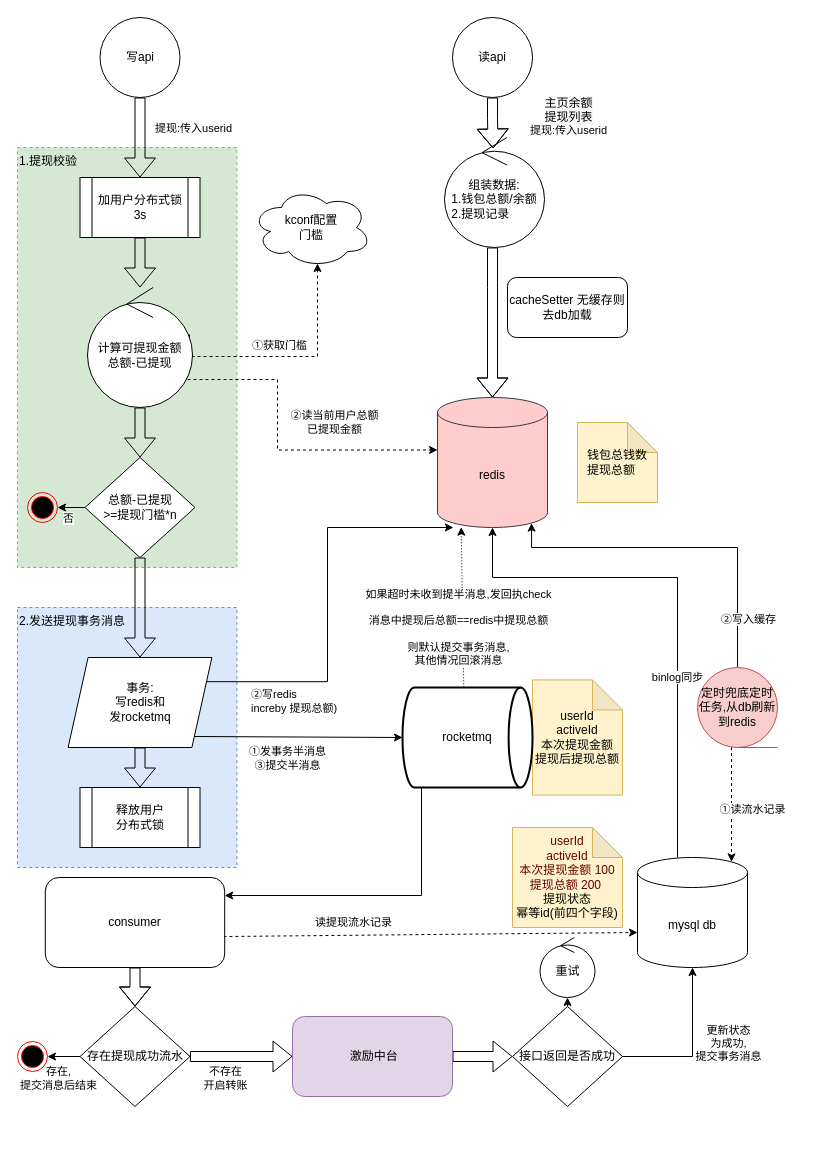
This is 未命名绘图.drawio from jfeign/draw.io, a draw.io file, before an edit. Source tidied: cells renumbered, new cells numbered last; positions are measured from the earlier drawing's top-left corner, leaving out a move shared by most shapes. Both pictures are drawn from the tidied source at 100%, with x=0, y=0 at pixel (17, 17).
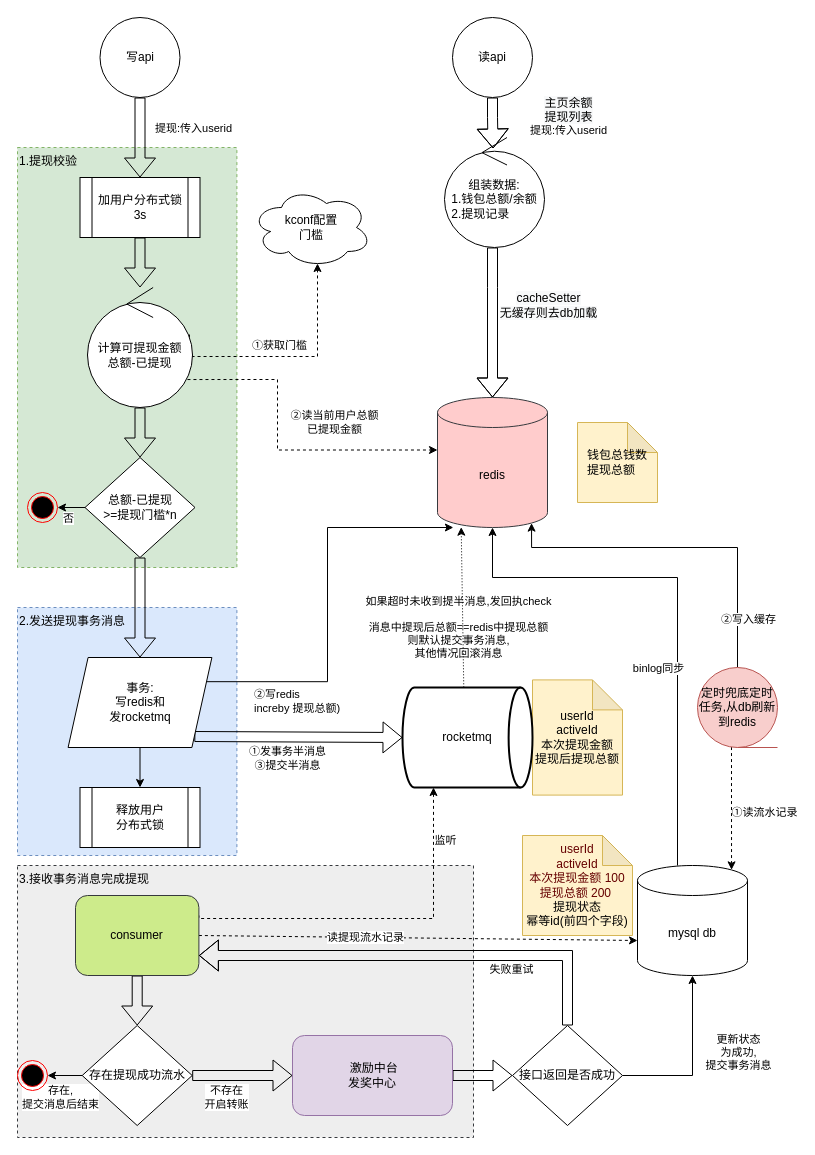
Above is the later version.

Unchanged cells that the change refers to:
```xml
<mxCell id="23" style="edgeStyle=orthogonalEdgeStyle;rounded=0;jettySize=auto;html=1;entryX=0.145;entryY=1;entryDx=0;entryDy=-4.35;entryPerimeter=0;exitX=1;exitY=0.25;exitDx=0;exitDy=0;" parent="1" edge="1" source="28">
  <mxGeometry relative="1" as="geometry">
    <mxPoint x="435.9" y="510" as="targetPoint" />
    <Array as="points">
      <mxPoint x="310" y="664" />
      <mxPoint x="310" y="510" />
    </Array>
  </mxGeometry>
</mxCell>
<mxCell id="28" value="事务:&lt;br&gt;写redis和&lt;br&gt;发rocketmq" style="shape=parallelogram;perimeter=parallelogramPerimeter;whiteSpace=wrap;html=1;fixedSize=1;" parent="1" vertex="1">
  <mxGeometry x="50.6" y="640" width="143.8" height="90" as="geometry" />
</mxCell>
<mxCell id="30" style="rounded=0;orthogonalLoop=1;jettySize=auto;html=1;exitX=0.5;exitY=0;exitDx=0;exitDy=0;exitPerimeter=0;dashed=1;dashPattern=1 2;entryX=0.243;entryY=0.998;entryDx=0;entryDy=0;entryPerimeter=0;" parent="1" edge="1">
  <mxGeometry relative="1" as="geometry">
    <mxPoint x="447" y="714.8" as="sourcePoint" />
    <mxPoint x="443.7" y="509.7" as="targetPoint" />
  </mxGeometry>
</mxCell>
<mxCell id="33" value="rocketmq" style="strokeWidth=2;html=1;shape=mxgraph.flowchart.direct_data;whiteSpace=wrap;" parent="1" vertex="1">
  <mxGeometry x="385" y="670" width="130" height="100" as="geometry" />
</mxCell>
<mxCell id="37" style="edgeStyle=orthogonalEdgeStyle;rounded=0;jettySize=auto;html=1;entryX=0.5;entryY=1;entryDx=0;entryDy=0;entryPerimeter=0;" parent="1" edge="1" source="39" target="9">
  <mxGeometry relative="1" as="geometry">
    <Array as="points">
      <mxPoint x="660" y="560" />
      <mxPoint x="475" y="560" />
    </Array>
  </mxGeometry>
</mxCell>
<mxCell id="40" value="释放用户&lt;br&gt;分布式锁" style="shape=process;whiteSpace=wrap;html=1;backgroundOutline=1;" parent="1" vertex="1">
  <mxGeometry x="62.5" y="770" width="120" height="60" as="geometry" />
</mxCell>
<mxCell id="51" style="edgeStyle=orthogonalEdgeStyle;rounded=0;jettySize=auto;html=1;dashed=1;entryX=0.855;entryY=0;entryDx=0;entryDy=4.35;entryPerimeter=0;" parent="1" edge="1" source="55" target="39">
  <mxGeometry relative="1" as="geometry">
    <Array as="points">
      <mxPoint x="714" y="770" />
      <mxPoint x="714" y="770" />
    </Array>
  </mxGeometry>
</mxCell>
<mxCell id="56" style="edgeStyle=orthogonalEdgeStyle;shape=flexArrow;rounded=0;jettySize=auto;html=1;entryX=0.5;entryY=0;entryDx=0;entryDy=0;entryPerimeter=0;" parent="1" edge="1" source="57" target="9">
  <mxGeometry relative="1" as="geometry">
    <Array as="points">
      <mxPoint x="475" y="270" />
      <mxPoint x="475" y="270" />
    </Array>
  </mxGeometry>
</mxCell>
<mxCell id="61" style="edgeStyle=orthogonalEdgeStyle;rounded=0;jettySize=auto;html=1;exitX=1;exitY=0.5;exitDx=0;exitDy=0;entryX=0.5;entryY=1;entryDx=0;entryDy=0;entryPerimeter=0;" parent="1" edge="1" source="64" target="39">
  <mxGeometry relative="1" as="geometry" />
</mxCell>
```

What changed in the source:
```diff
@@
+    <mxCell id="67" value="3.接收事务消息完成提现" style="rounded=0;whiteSpace=wrap;html=1;dashed=1;strokeColor=#36393d;align=left;verticalAlign=top;fillColor=#eeeeee;" parent="1" vertex="1">
+      <mxGeometry y="848" width="456" height="272" as="geometry" />
+    </mxCell>
     <mxCell id="2" value="2.发送提现事务消息" style="rounded=0;whiteSpace=wrap;html=1;dashed=1;strokeColor=#6c8ebf;align=left;verticalAlign=top;fillColor=#dae8fc;" parent="1" vertex="1">
-      <mxGeometry y="590" width="219.4" height="260" as="geometry" />
+      <mxGeometry y="590" width="219.4" height="248" as="geometry" />
     </mxCell>
@@
     <mxCell id="24" value="②写redis&lt;br&gt;increby 提现总额)" style="edgeLabel;html=1;align=left;verticalAlign=middle;" parent="23" vertex="1">
       <mxGeometry x="0.42" y="2" relative="1" as="geometry">
-        <mxPoint x="-88" y="175" as="offset" />
+        <mxPoint x="-85" y="175" as="offset" />
       </mxGeometry>
     </mxCell>
-    <mxCell id="25" style="rounded=0;jettySize=auto;html=1;exitX=1;exitY=1;exitDx=0;exitDy=0;entryX=0;entryY=0.5;entryDx=0;entryDy=0;entryPerimeter=0;" parent="1" edge="1" source="28" target="33">
+    <mxCell id="25" style="rounded=0;jettySize=auto;html=1;exitX=1;exitY=1;exitDx=0;exitDy=0;entryX=0;entryY=0.5;entryDx=0;entryDy=0;entryPerimeter=0;shape=flexArrow;" parent="1" edge="1" source="28" target="33">
       <mxGeometry relative="1" as="geometry" />
     </mxCell>
@@
-    <mxCell id="27" style="edgeStyle=orthogonalEdgeStyle;shape=flexArrow;rounded=0;jettySize=auto;html=1;" parent="1" edge="1" source="28" target="40">
+    <mxCell id="27" style="edgeStyle=orthogonalEdgeStyle;rounded=0;jettySize=auto;html=1;" parent="1" edge="1" source="28" target="40">
       <mxGeometry relative="1" as="geometry" />
     </mxCell>
@@
-    <mxCell id="31" value="如果超时未收到提半消息,发回执check&lt;br&gt;&lt;br&gt;消息中提现后总额==redis中提现总额&lt;br&gt;&lt;br&gt;则默认提交事务消息,&lt;br&gt;其他情况回滚消息" style="edgeLabel;html=1;align=center;verticalAlign=middle;" parent="30" vertex="1">
+    <mxCell id="31" value="如果超时未收到提半消息,发回执check&lt;br&gt;&lt;br&gt;消息中提现后总额==redis中提现总额&lt;br&gt;则默认提交事务消息,&lt;br&gt;其他情况回滚消息" style="edgeLabel;html=1;align=center;verticalAlign=middle;labelBackgroundColor=none;" parent="30" vertex="1">
       <mxGeometry x="0.09" y="-3" relative="1" as="geometry">
         <mxPoint x="-8" y="7" as="offset" />
       </mxGeometry>
     </mxCell>
-    <mxCell id="32" style="edgeStyle=orthogonalEdgeStyle;rounded=0;jettySize=auto;html=1;" parent="1" edge="1" source="33" target="43">
+    <mxCell id="32" style="rounded=0;jettySize=auto;html=1;entryX=1;entryY=0.25;entryDx=0;entryDy=0;edgeStyle=orthogonalEdgeStyle;startArrow=classic;startFill=1;endArrow=none;endFill=0;dashed=1;" parent="1" edge="1" source="33" target="43">
       <mxGeometry relative="1" as="geometry">
         <Array as="points">
-          <mxPoint x="404" y="878" />
+          <mxPoint x="416" y="901" />
         </Array>
       </mxGeometry>
     </mxCell>
+    <mxCell id="68" value="监听" style="edgeLabel;html=1;align=center;verticalAlign=middle;" parent="32" vertex="1">
+      <mxGeometry x="-0.7" y="4" relative="1" as="geometry">
+        <mxPoint x="7" y="-3" as="offset" />
+      </mxGeometry>
+    </mxCell>
@@
     <mxCell id="38" value="binlog同步" style="edgeLabel;html=1;align=center;verticalAlign=middle;" parent="37" vertex="1">
       <mxGeometry x="-0.25" y="1" relative="1" as="geometry">
-        <mxPoint y="12" as="offset" />
+        <mxPoint x="-19" y="-2" as="offset" />
       </mxGeometry>
     </mxCell>
     <mxCell id="39" value="mysql db" style="shape=cylinder3;whiteSpace=wrap;html=1;boundedLbl=1;backgroundOutline=1;size=15;" parent="1" vertex="1">
-      <mxGeometry x="620" y="840" width="110" height="110" as="geometry" />
+      <mxGeometry x="620" y="848" width="110" height="110" as="geometry" />
     </mxCell>
@@
-    <mxCell id="41" value="读提现流水记录" style="rounded=0;jettySize=auto;html=1;entryX=0;entryY=0;entryDx=0;entryDy=75;entryPerimeter=0;dashed=1;exitX=0.993;exitY=0.656;exitDx=0;exitDy=0;exitPerimeter=0;" parent="1" edge="1" source="43" target="39">
-      <mxGeometry x="-0.37" y="13" relative="1" as="geometry" />
+    <mxCell id="41" value="读提现流水记录" style="rounded=0;jettySize=auto;html=1;entryX=0;entryY=0;entryDx=0;entryDy=75;entryPerimeter=0;dashed=1;exitX=1;exitY=0.5;exitDx=0;exitDy=0;" parent="1" edge="1" source="43" target="39">
+      <mxGeometry x="-0.24" relative="1" as="geometry" />
     </mxCell>
@@
-    <mxCell id="43" value="consumer" style="rounded=1;whiteSpace=wrap;html=1;align=center;verticalAlign=middle;" parent="1" vertex="1">
-      <mxGeometry x="27.8" y="860" width="179.4" height="90" as="geometry" />
+    <mxCell id="43" value="consumer" style="rounded=1;whiteSpace=wrap;html=1;align=center;verticalAlign=middle;fillColor=#cdeb8b;strokeColor=#36393d;" parent="1" vertex="1">
+      <mxGeometry x="58" y="878" width="123.4" height="80" as="geometry" />
     </mxCell>
     <mxCell id="44" value="&lt;font color=&quot;#660000&quot;&gt;userId&lt;br&gt;activeId&lt;br&gt;本次提现金额 100&lt;br&gt;提现总额 200&amp;nbsp;&lt;/font&gt;&lt;br&gt;提现状态&lt;br&gt;幂等id(前四个字段)" style="shape=note;whiteSpace=wrap;html=1;backgroundOutline=1;darkOpacity=0.05;fillColor=#fff2cc;strokeColor=#d6b656;" parent="1" vertex="1">
-      <mxGeometry x="495" y="810" width="110" height="100" as="geometry" />
+      <mxGeometry x="505" y="818" width="110" height="100" as="geometry" />
     </mxCell>
@@
     <mxCell id="49" value="存在提现成功流水" style="rhombus;whiteSpace=wrap;html=1;" parent="1" vertex="1">
-      <mxGeometry x="62.5" y="989" width="110" height="100" as="geometry" />
+      <mxGeometry x="64.7" y="1008" width="110" height="100" as="geometry" />
     </mxCell>
     <mxCell id="50" style="ellipse;html=1;shape=endState;fillColor=#000000;strokeColor=#ff0000;" parent="1" vertex="1">
-      <mxGeometry y="1024" width="30" height="30" as="geometry" />
+      <mxGeometry y="1043" width="30" height="30" as="geometry" />
     </mxCell>
@@
     <mxCell id="52" value="①读流水记录" style="edgeLabel;html=1;align=center;verticalAlign=middle;" parent="51" vertex="1">
       <mxGeometry x="-0.2" y="1" relative="1" as="geometry">
-        <mxPoint x="19" y="16" as="offset" />
+        <mxPoint x="31" y="16" as="offset" />
       </mxGeometry>
     </mxCell>
@@
+    <mxCell id="60" value="&lt;span style=&quot;font-size: 12px; background-color: rgb(248, 249, 250);&quot;&gt;cacheSetter &lt;br&gt;无缓存则去db加载&lt;/span&gt;" style="edgeLabel;html=1;align=center;verticalAlign=middle;" parent="56" vertex="1">
+      <mxGeometry x="-0.35" y="5" relative="1" as="geometry">
+        <mxPoint x="50" y="9" as="offset" />
+      </mxGeometry>
+    </mxCell>
@@
-    <mxCell id="59" value="&amp;nbsp;激励中台" style="rounded=1;whiteSpace=wrap;html=1;align=center;fillColor=#e1d5e7;strokeColor=#9673a6;" parent="1" vertex="1">
-      <mxGeometry x="275" y="999" width="160" height="80" as="geometry" />
+    <mxCell id="59" value="&amp;nbsp;激励中台&lt;br&gt;发奖中心" style="rounded=1;whiteSpace=wrap;html=1;align=center;fillColor=#e1d5e7;strokeColor=#9673a6;" parent="1" vertex="1">
+      <mxGeometry x="275" y="1018" width="160" height="80" as="geometry" />
     </mxCell>
-    <mxCell id="60" value="cacheSetter 无缓存则去db加载" style="rounded=1;whiteSpace=wrap;html=1;align=center;verticalAlign=middle;" parent="1" vertex="1">
-      <mxGeometry x="490" y="260" width="120" height="60" as="geometry" />
-    </mxCell>
@@
     <mxCell id="62" value="更新状态&lt;br&gt;为成功,&lt;br&gt;提交事务消息" style="edgeLabel;html=1;align=center;verticalAlign=middle;" parent="61" vertex="1">
       <mxGeometry x="0.03" y="3" relative="1" as="geometry">
-        <mxPoint x="38" y="-2" as="offset" />
+        <mxPoint x="48" y="-6" as="offset" />
       </mxGeometry>
     </mxCell>
-    <mxCell id="63" style="rounded=0;jettySize=auto;html=1;exitX=0.5;exitY=0;exitDx=0;exitDy=0;" parent="1" edge="1" source="64">
-      <mxGeometry relative="1" as="geometry">
-        <mxPoint x="550" y="980" as="targetPoint" />
-      </mxGeometry>
+    <mxCell id="63" style="rounded=0;jettySize=auto;html=1;exitX=0.5;exitY=0;exitDx=0;exitDy=0;entryX=1;entryY=0.75;entryDx=0;entryDy=0;edgeStyle=orthogonalEdgeStyle;shape=flexArrow;" parent="1" edge="1" source="64" target="43">
+      <mxGeometry relative="1" as="geometry" />
     </mxCell>
+    <mxCell id="69" value="失败重试" style="edgeLabel;html=1;align=center;verticalAlign=middle;" parent="63" vertex="1">
+      <mxGeometry x="-0.43" y="3" relative="1" as="geometry">
+        <mxPoint x="-2" y="10" as="offset" />
+      </mxGeometry>
+    </mxCell>
     <mxCell id="64" value="接口返回是否成功" style="rhombus;whiteSpace=wrap;html=1;" parent="1" vertex="1">
-      <mxGeometry x="495" y="989" width="110" height="100" as="geometry" />
+      <mxGeometry x="495" y="1008" width="110" height="100" as="geometry" />
     </mxCell>
-    <mxCell id="65" value="重试" style="ellipse;shape=umlControl;whiteSpace=wrap;html=1;" parent="1" vertex="1">
-      <mxGeometry x="522.5" y="920" width="55" height="60" as="geometry" />
-    </mxCell>
```
